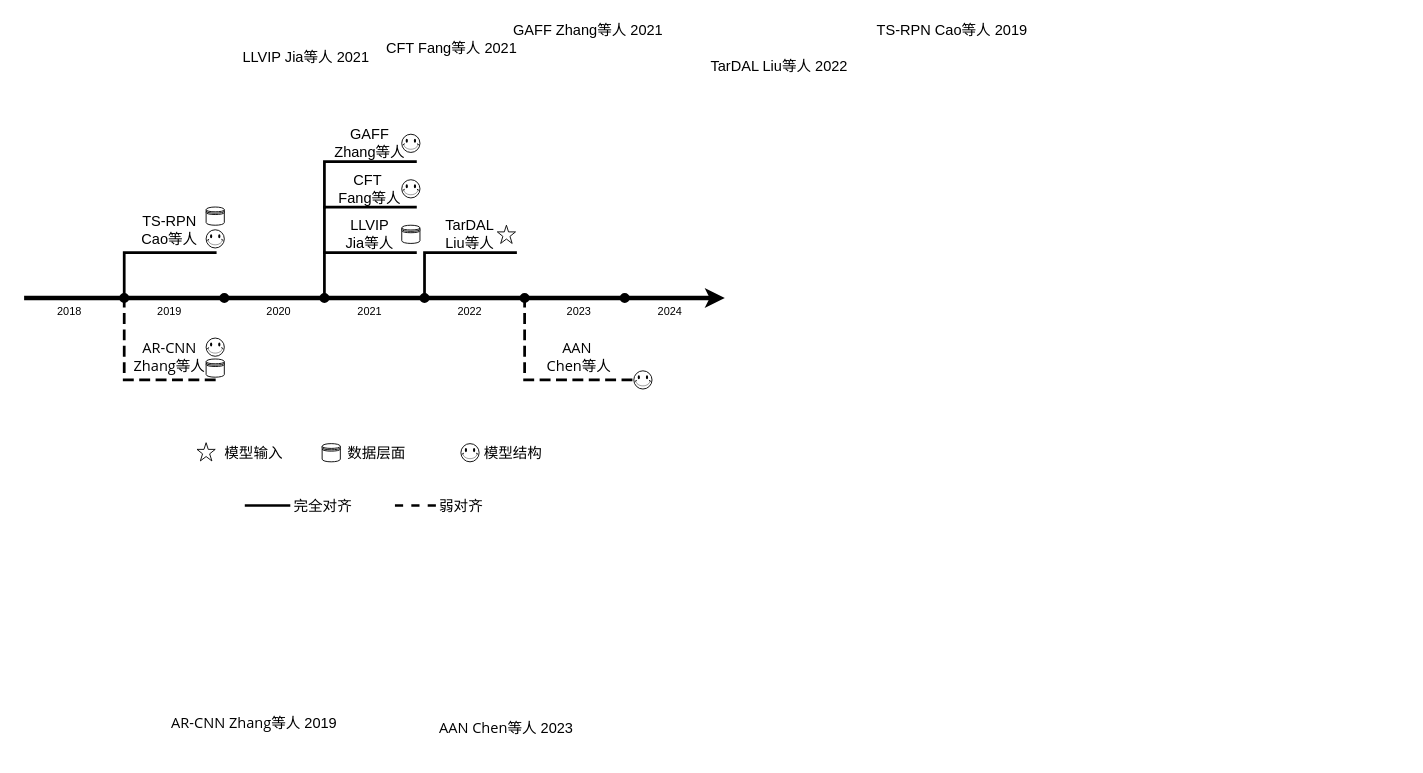
Earlier version of the draw.io diagram page "第 2 页" (2 of 2) of 多视角多模态目标检测3模态案例.drawio (thb1314/for_draw_io). Source tidied: cells renumbered, new cells numbered last; positions are measured from the earlier drawing's top-left corner, leaving out a move shared by most shapes. Both pictures are drawn from the tidied source at 91%, with x=0, y=0 at pixel (24, 15).
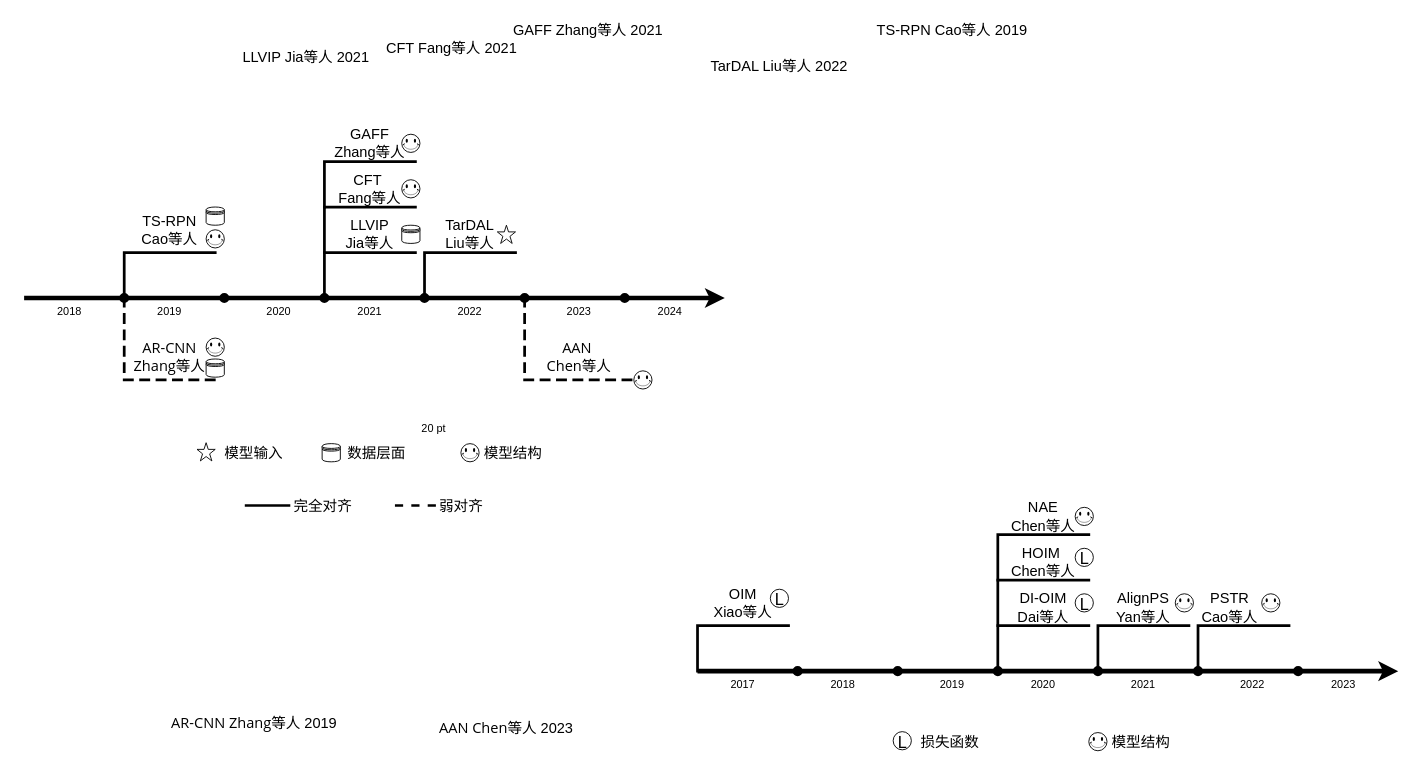
After the change.

Commit message:
更新多视角多模态目标检测3模态案例.drawio

The edit, as a diff of the source:
```diff
@@
+    <mxCell id="56" style="shape=partialRectangle;whiteSpace=wrap;html=1;bottom=0;right=0;fillColor=none;strokeWidth=3;" parent="1" vertex="1">
+      <mxGeometry x="1070" y="570" width="100" height="50" as="geometry" />
+    </mxCell>
+    <mxCell id="57" style="shape=partialRectangle;whiteSpace=wrap;html=1;bottom=0;right=0;fillColor=none;strokeWidth=3;" parent="1" vertex="1">
+      <mxGeometry x="1070" y="620" width="100" height="50" as="geometry" />
+    </mxCell>
+    <mxCell id="58" style="endArrow=oval;html=1;rounded=0;strokeWidth=5;jumpStyle=none;endFill=1;" parent="1" edge="1">
+      <mxGeometry relative="1" as="geometry">
+        <mxPoint x="850" y="720" as="sourcePoint" />
+        <mxPoint x="960" y="720" as="targetPoint" />
+      </mxGeometry>
+    </mxCell>
+    <mxCell id="59" style="endArrow=oval;html=1;rounded=0;strokeWidth=5;jumpStyle=none;endFill=1;" parent="1" edge="1">
+      <mxGeometry relative="1" as="geometry">
+        <mxPoint x="960" y="720" as="sourcePoint" />
+        <mxPoint x="1070" y="720" as="targetPoint" />
+      </mxGeometry>
+    </mxCell>
+    <mxCell id="60" style="endArrow=oval;html=1;rounded=0;strokeWidth=5;jumpStyle=none;endFill=1;" parent="1" edge="1">
+      <mxGeometry relative="1" as="geometry">
+        <mxPoint x="1070" y="720" as="sourcePoint" />
+        <mxPoint x="1180" y="720" as="targetPoint" />
+      </mxGeometry>
+    </mxCell>
+    <mxCell id="61" style="endArrow=oval;html=1;rounded=0;strokeWidth=5;jumpStyle=none;endFill=1;" parent="1" edge="1">
+      <mxGeometry relative="1" as="geometry">
+        <mxPoint x="1180" y="720" as="sourcePoint" />
+        <mxPoint x="1290" y="720" as="targetPoint" />
+      </mxGeometry>
+    </mxCell>
+    <mxCell id="62" style="endArrow=oval;html=1;rounded=0;strokeWidth=5;jumpStyle=none;endFill=1;" parent="1" edge="1">
+      <mxGeometry relative="1" as="geometry">
+        <mxPoint x="1290" y="720" as="sourcePoint" />
+        <mxPoint x="1400" y="720" as="targetPoint" />
+      </mxGeometry>
+    </mxCell>
+    <mxCell id="63" style="endArrow=classic;html=1;rounded=0;strokeWidth=5;jumpStyle=none;endFill=1;" parent="1" edge="1">
+      <mxGeometry relative="1" as="geometry">
+        <mxPoint x="1400" y="720" as="sourcePoint" />
+        <mxPoint x="1510" y="720" as="targetPoint" />
+      </mxGeometry>
+    </mxCell>
+    <mxCell id="64" style="endArrow=oval;html=1;rounded=0;strokeWidth=5;jumpStyle=none;endFill=1;" parent="1" edge="1">
+      <mxGeometry relative="1" as="geometry">
+        <mxPoint x="740" y="720" as="sourcePoint" />
+        <mxPoint x="850" y="720" as="targetPoint" />
+      </mxGeometry>
+    </mxCell>
+    <mxCell id="65" value="2018" style="text;html=1;align=center;verticalAlign=middle;whiteSpace=wrap;rounded=0;" parent="1" vertex="1">
+      <mxGeometry x="870" y="720" width="60" height="30" as="geometry" />
+    </mxCell>
+    <mxCell id="66" value="2017" style="text;html=1;align=center;verticalAlign=middle;whiteSpace=wrap;rounded=0;" parent="1" vertex="1">
+      <mxGeometry x="760" y="720" width="60" height="30" as="geometry" />
+    </mxCell>
+    <mxCell id="67" value="2019" style="text;html=1;align=center;verticalAlign=middle;whiteSpace=wrap;rounded=0;" parent="1" vertex="1">
+      <mxGeometry x="990" y="720" width="60" height="30" as="geometry" />
+    </mxCell>
+    <mxCell id="68" value="2020" style="text;html=1;align=center;verticalAlign=middle;whiteSpace=wrap;rounded=0;" parent="1" vertex="1">
+      <mxGeometry x="1090" y="720" width="60" height="30" as="geometry" />
+    </mxCell>
+    <mxCell id="69" value="2021" style="text;html=1;align=center;verticalAlign=middle;whiteSpace=wrap;rounded=0;" parent="1" vertex="1">
+      <mxGeometry x="1200" y="720" width="60" height="30" as="geometry" />
+    </mxCell>
+    <mxCell id="70" value="2022" style="text;html=1;align=center;verticalAlign=middle;whiteSpace=wrap;rounded=0;" parent="1" vertex="1">
+      <mxGeometry x="1320" y="720" width="60" height="30" as="geometry" />
+    </mxCell>
+    <mxCell id="71" value="2023" style="text;html=1;align=center;verticalAlign=middle;whiteSpace=wrap;rounded=0;" parent="1" vertex="1">
+      <mxGeometry x="1420" y="720" width="60" height="30" as="geometry" />
+    </mxCell>
+    <mxCell id="72" style="verticalLabelPosition=bottom;verticalAlign=top;html=1;shape=mxgraph.basic.smiley;" parent="1" vertex="1">
+      <mxGeometry x="1170" y="787.5" width="20" height="20" as="geometry" />
+    </mxCell>
+    <mxCell id="73" style="shape=partialRectangle;whiteSpace=wrap;html=1;bottom=0;right=0;fillColor=none;strokeWidth=3;" parent="1" vertex="1">
+      <mxGeometry x="1070" y="670" width="100" height="50" as="geometry" />
+    </mxCell>
+    <mxCell id="74" value="&lt;span style=&quot;font-size: 16px;&quot;&gt;DI-OIM&lt;/span&gt;&lt;br&gt;&lt;div&gt;&lt;span style=&quot;font-size: 16px;&quot;&gt;Dai等人&lt;/span&gt;&lt;br&gt;&lt;/div&gt;" style="text;html=1;align=center;verticalAlign=middle;whiteSpace=wrap;rounded=0;" parent="1" vertex="1">
+      <mxGeometry x="1085" y="630" width="70" height="40" as="geometry" />
+    </mxCell>
+    <mxCell id="75" value="&lt;div&gt;&lt;span style=&quot;background-color: initial; font-size: 16px;&quot;&gt;HOIM&lt;/span&gt;&lt;span style=&quot;font-size: 16px;&quot;&gt;&amp;nbsp;&lt;/span&gt;&lt;/div&gt;&lt;div&gt;&lt;span style=&quot;font-size: 16px;&quot;&gt;Chen等人&lt;/span&gt;&lt;br&gt;&lt;/div&gt;" style="text;html=1;align=center;verticalAlign=middle;whiteSpace=wrap;rounded=0;" parent="1" vertex="1">
+      <mxGeometry x="1080" y="580" width="80" height="40" as="geometry" />
+    </mxCell>
+    <mxCell id="76" value="&lt;font style=&quot;font-size: 16px;&quot;&gt;NAE&lt;/font&gt;&lt;div&gt;&lt;font style=&quot;font-size: 16px;&quot;&gt;Chen等人&lt;/font&gt;&lt;/div&gt;" style="text;html=1;align=center;verticalAlign=middle;whiteSpace=wrap;rounded=0;" parent="1" vertex="1">
+      <mxGeometry x="1075" y="530" width="90" height="40" as="geometry" />
+    </mxCell>
+    <mxCell id="77" style="verticalLabelPosition=bottom;verticalAlign=top;html=1;shape=mxgraph.basic.smiley;" parent="1" vertex="1">
+      <mxGeometry x="1155" y="540" width="20" height="20" as="geometry" />
+    </mxCell>
+    <mxCell id="78" style="shape=partialRectangle;whiteSpace=wrap;html=1;bottom=0;right=0;fillColor=none;strokeWidth=3;" parent="1" vertex="1">
+      <mxGeometry x="1180" y="670" width="100" height="50" as="geometry" />
+    </mxCell>
+    <mxCell id="79" value="&lt;div&gt;&lt;span style=&quot;font-size: 16px;&quot;&gt;AlignPS&lt;/span&gt;&lt;/div&gt;&lt;div&gt;&lt;span style=&quot;font-size: 16px;&quot;&gt;Yan等人&lt;/span&gt;&lt;br&gt;&lt;/div&gt;" style="text;html=1;align=center;verticalAlign=middle;whiteSpace=wrap;rounded=0;" parent="1" vertex="1">
+      <mxGeometry x="1195" y="630" width="70" height="40" as="geometry" />
+    </mxCell>
+    <mxCell id="80" value="&lt;div style=&quot;text-align: justify;&quot;&gt;&lt;font face=&quot;Open Sans, Arial, Verdana, sans-serif&quot;&gt;&lt;span style=&quot;font-size: 16px; background-color: rgb(255, 255, 255);&quot;&gt;模型结构&lt;/span&gt;&lt;/font&gt;&lt;/div&gt;" style="text;html=1;align=center;verticalAlign=middle;whiteSpace=wrap;rounded=0;" parent="1" vertex="1">
+      <mxGeometry x="1190" y="780" width="75" height="35" as="geometry" />
+    </mxCell>
+    <mxCell id="81" value="&lt;font style=&quot;font-size: 18px;&quot;&gt;L&lt;/font&gt;" style="shape=mxgraph.electrical.abstract.function;html=1;shadow=0;dashed=0;align=center;strokeWidth=1;fontSize=24;" parent="1" vertex="1">
+      <mxGeometry x="955" y="786.5" width="20" height="20" as="geometry" />
+    </mxCell>
+    <mxCell id="82" value="20 pt" style="text;whiteSpace=wrap;" parent="1" vertex="1">
+      <mxGeometry x="435" y="440" width="60" height="40" as="geometry" />
+    </mxCell>
+    <mxCell id="83" value="&lt;div style=&quot;text-align: justify;&quot;&gt;&lt;font face=&quot;Open Sans, Arial, Verdana, sans-serif&quot;&gt;&lt;span style=&quot;font-size: 16px; background-color: rgb(255, 255, 255);&quot;&gt;损失函数&lt;/span&gt;&lt;/font&gt;&lt;/div&gt;" style="text;html=1;align=center;verticalAlign=middle;whiteSpace=wrap;rounded=0;" parent="1" vertex="1">
+      <mxGeometry x="980" y="780" width="75" height="35" as="geometry" />
+    </mxCell>
+    <mxCell id="84" style="shape=partialRectangle;whiteSpace=wrap;html=1;bottom=0;right=0;fillColor=none;strokeWidth=3;" parent="1" vertex="1">
+      <mxGeometry x="740" y="670" width="100" height="50" as="geometry" />
+    </mxCell>
+    <mxCell id="85" value="&lt;font style=&quot;font-size: 16px;&quot;&gt;OIM&lt;/font&gt;&lt;div&gt;&lt;font style=&quot;font-size: 16px;&quot;&gt;Xiao等人&lt;/font&gt;&lt;/div&gt;" style="text;html=1;align=center;verticalAlign=middle;whiteSpace=wrap;rounded=0;" parent="1" vertex="1">
+      <mxGeometry x="750" y="620" width="80" height="50" as="geometry" />
+    </mxCell>
+    <mxCell id="86" value="&lt;font style=&quot;font-size: 18px;&quot;&gt;L&lt;/font&gt;" style="shape=mxgraph.electrical.abstract.function;html=1;shadow=0;dashed=0;align=center;strokeWidth=1;fontSize=24;" parent="1" vertex="1">
+      <mxGeometry x="820" y="630" width="20" height="20" as="geometry" />
+    </mxCell>
+    <mxCell id="87" value="&lt;font style=&quot;font-size: 18px;&quot;&gt;L&lt;/font&gt;" style="shape=mxgraph.electrical.abstract.function;html=1;shadow=0;dashed=0;align=center;strokeWidth=1;fontSize=24;" parent="1" vertex="1">
+      <mxGeometry x="1155" y="635" width="20" height="20" as="geometry" />
+    </mxCell>
+    <mxCell id="88" value="&lt;font style=&quot;font-size: 18px;&quot;&gt;L&lt;/font&gt;" style="shape=mxgraph.electrical.abstract.function;html=1;shadow=0;dashed=0;align=center;strokeWidth=1;fontSize=24;" parent="1" vertex="1">
+      <mxGeometry x="1155" y="585" width="20" height="20" as="geometry" />
+    </mxCell>
+    <mxCell id="89" style="verticalLabelPosition=bottom;verticalAlign=top;html=1;shape=mxgraph.basic.smiley;" parent="1" vertex="1">
+      <mxGeometry x="1265" y="635" width="20" height="20" as="geometry" />
+    </mxCell>
+    <mxCell id="90" style="shape=partialRectangle;whiteSpace=wrap;html=1;bottom=0;right=0;fillColor=none;strokeWidth=3;" parent="1" vertex="1">
+      <mxGeometry x="1290" y="670" width="100" height="50" as="geometry" />
+    </mxCell>
+    <mxCell id="91" value="&lt;div&gt;&lt;span style=&quot;font-size: 16px;&quot;&gt;PSTR&lt;/span&gt;&lt;/div&gt;&lt;div&gt;&lt;span style=&quot;font-size: 16px;&quot;&gt;Cao等人&lt;/span&gt;&lt;br&gt;&lt;/div&gt;" style="text;html=1;align=center;verticalAlign=middle;whiteSpace=wrap;rounded=0;" parent="1" vertex="1">
+      <mxGeometry x="1290" y="630" width="70" height="40" as="geometry" />
+    </mxCell>
+    <mxCell id="92" style="verticalLabelPosition=bottom;verticalAlign=top;html=1;shape=mxgraph.basic.smiley;" parent="1" vertex="1">
+      <mxGeometry x="1360" y="635" width="20" height="20" as="geometry" />
+    </mxCell>
```
